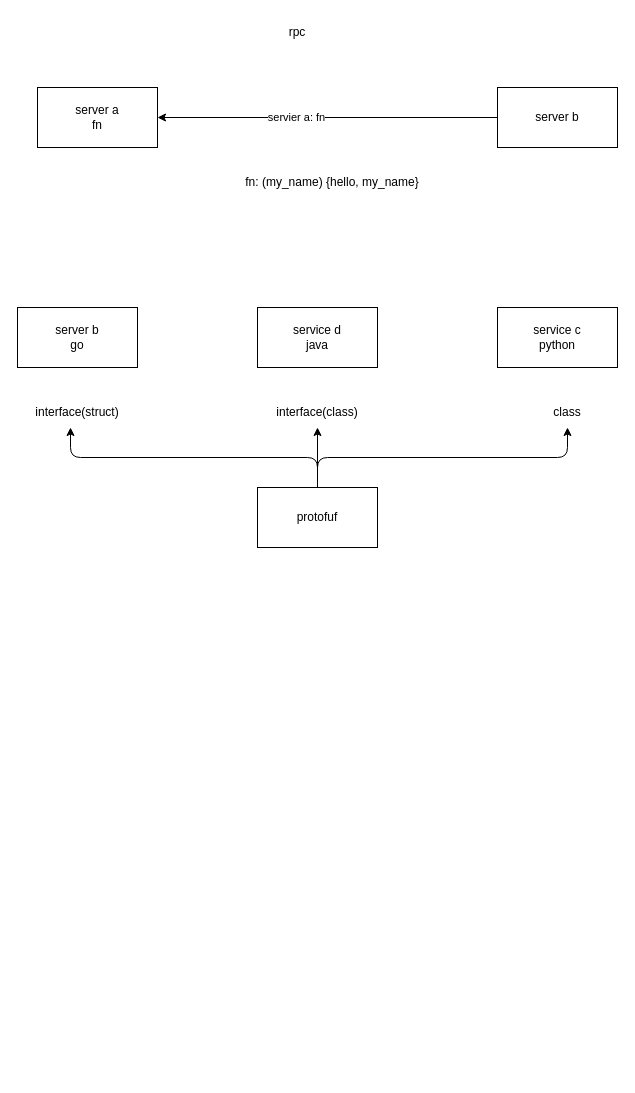
Above: skills/rpc/flow.drawio in is-Xiaoen/DevCloud (draw.io), before the change. Source tidied: cells renumbered, new cells numbered last; positions are measured from the earlier drawing's top-left corner, leaving out a move shared by most shapes. Both pictures are drawn from the tidied source at 100%, with x=0, y=0 at pixel (17, 17).
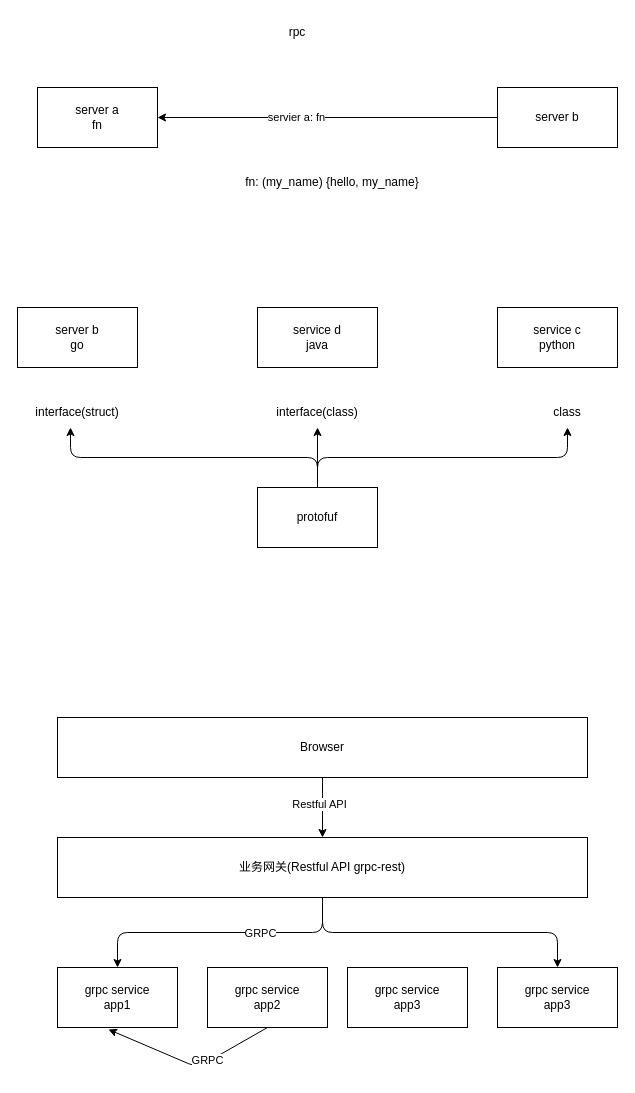
After the change.

Commit message:
补充架构图

What changed in the source:
```diff
@@
+    <mxCell id="18" style="edgeStyle=orthogonalEdgeStyle;html=1;exitX=0.5;exitY=1;exitDx=0;exitDy=0;entryX=0.5;entryY=0;entryDx=0;entryDy=0;" parent="1" edge="1" source="21" target="22">
+      <mxGeometry relative="1" as="geometry" />
+    </mxCell>
+    <mxCell id="19" value="GRPC" style="edgeLabel;html=1;align=center;verticalAlign=middle;" parent="18" vertex="1">
+      <mxGeometry x="-0.29" relative="1" as="geometry" />
+    </mxCell>
+    <mxCell id="20" style="edgeStyle=orthogonalEdgeStyle;html=1;exitX=0.5;exitY=1;exitDx=0;exitDy=0;entryX=0.5;entryY=0;entryDx=0;entryDy=0;" parent="1" edge="1" source="21" target="25">
+      <mxGeometry relative="1" as="geometry" />
+    </mxCell>
+    <mxCell id="21" value="业务网关(Restful API grpc-rest)" style="rounded=0;whiteSpace=wrap;html=1;" parent="1" vertex="1">
+      <mxGeometry x="40" y="820" width="530" height="60" as="geometry" />
+    </mxCell>
+    <mxCell id="22" value="grpc service&lt;div&gt;app1&lt;/div&gt;" style="rounded=0;whiteSpace=wrap;html=1;" parent="1" vertex="1">
+      <mxGeometry x="40" y="950" width="120" height="60" as="geometry" />
+    </mxCell>
+    <mxCell id="23" value="&lt;span style=&quot;color: rgb(0, 0, 0);&quot;&gt;grpc service&lt;/span&gt;&lt;div&gt;&lt;span style=&quot;color: rgb(0, 0, 0);&quot;&gt;app2&lt;/span&gt;&lt;/div&gt;" style="rounded=0;whiteSpace=wrap;html=1;" parent="1" vertex="1">
+      <mxGeometry x="190" y="950" width="120" height="60" as="geometry" />
+    </mxCell>
+    <mxCell id="24" value="&lt;span style=&quot;color: rgb(0, 0, 0);&quot;&gt;grpc service&lt;/span&gt;&lt;div&gt;&lt;span style=&quot;color: rgb(0, 0, 0);&quot;&gt;app3&lt;/span&gt;&lt;/div&gt;" style="rounded=0;whiteSpace=wrap;html=1;" parent="1" vertex="1">
+      <mxGeometry x="330" y="950" width="120" height="60" as="geometry" />
+    </mxCell>
+    <mxCell id="25" value="&lt;span style=&quot;color: rgb(0, 0, 0); font-family: Helvetica; font-size: 12px; font-style: normal; font-variant-ligatures: normal; font-variant-caps: normal; font-weight: 400; letter-spacing: normal; orphans: 2; text-align: center; text-indent: 0px; text-transform: none; widows: 2; word-spacing: 0px; -webkit-text-stroke-width: 0px; white-space: normal; background-color: rgb(251, 251, 251); text-decoration-thickness: initial; text-decoration-style: initial; text-decoration-color: initial; float: none; display: inline !important;&quot;&gt;grpc service&lt;/span&gt;&lt;div&gt;&lt;span style=&quot;color: rgb(0, 0, 0); font-family: Helvetica; font-size: 12px; font-style: normal; font-variant-ligatures: normal; font-variant-caps: normal; font-weight: 400; letter-spacing: normal; orphans: 2; text-align: center; text-indent: 0px; text-transform: none; widows: 2; word-spacing: 0px; -webkit-text-stroke-width: 0px; white-space: normal; background-color: rgb(251, 251, 251); text-decoration-thickness: initial; text-decoration-style: initial; text-decoration-color: initial; float: none; display: inline !important;&quot;&gt;app3&lt;/span&gt;&lt;/div&gt;" style="rounded=0;whiteSpace=wrap;html=1;" parent="1" vertex="1">
+      <mxGeometry x="480" y="950" width="120" height="60" as="geometry" />
+    </mxCell>
+    <mxCell id="26" style="edgeStyle=none;html=1;exitX=0.5;exitY=1;exitDx=0;exitDy=0;" parent="1" edge="1" source="28" target="21">
+      <mxGeometry relative="1" as="geometry" />
+    </mxCell>
+    <mxCell id="27" value="Restful API" style="edgeLabel;html=1;align=center;verticalAlign=middle;" parent="26" vertex="1">
+      <mxGeometry x="-0.15" y="-4" relative="1" as="geometry" />
+    </mxCell>
+    <mxCell id="28" value="Browser" style="rounded=0;whiteSpace=wrap;html=1;" parent="1" vertex="1">
+      <mxGeometry x="40" y="700" width="530" height="60" as="geometry" />
+    </mxCell>
+    <mxCell id="29" style="edgeStyle=none;html=1;exitX=0.5;exitY=1;exitDx=0;exitDy=0;entryX=0.425;entryY=1.033;entryDx=0;entryDy=0;entryPerimeter=0;" parent="1" edge="1" source="23" target="22">
+      <mxGeometry relative="1" as="geometry">
+        <Array as="points">
+          <mxPoint x="180" y="1050" />
+        </Array>
+      </mxGeometry>
+    </mxCell>
+    <mxCell id="30" value="GRPC" style="edgeLabel;html=1;align=center;verticalAlign=middle;" parent="29" vertex="1">
+      <mxGeometry x="-0.23" y="-2" relative="1" as="geometry" />
+    </mxCell>
```
